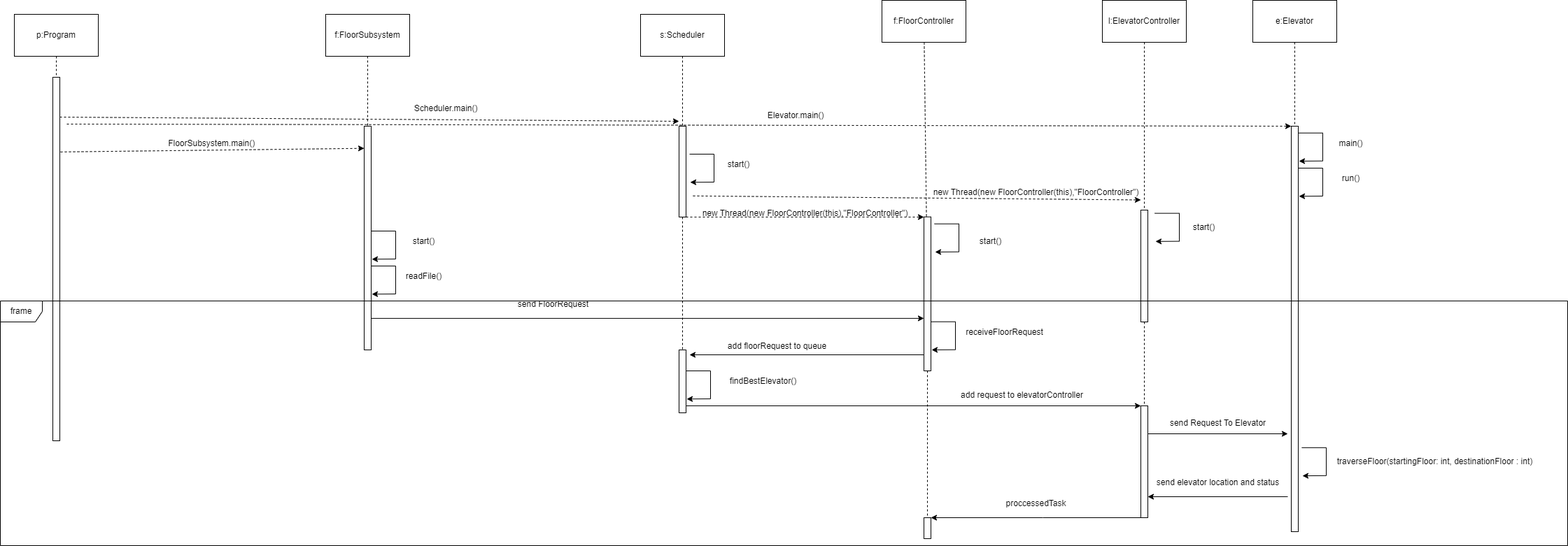
Above: diagrams/iteration5/SequenceDiagram.png in bigTempArray/sysc3303-project (draw.io), before the change. Source tidied: cells renumbered, new cells last; positions are measured from the earlier drawing's top-left corner, leaving out a move shared by most shapes.
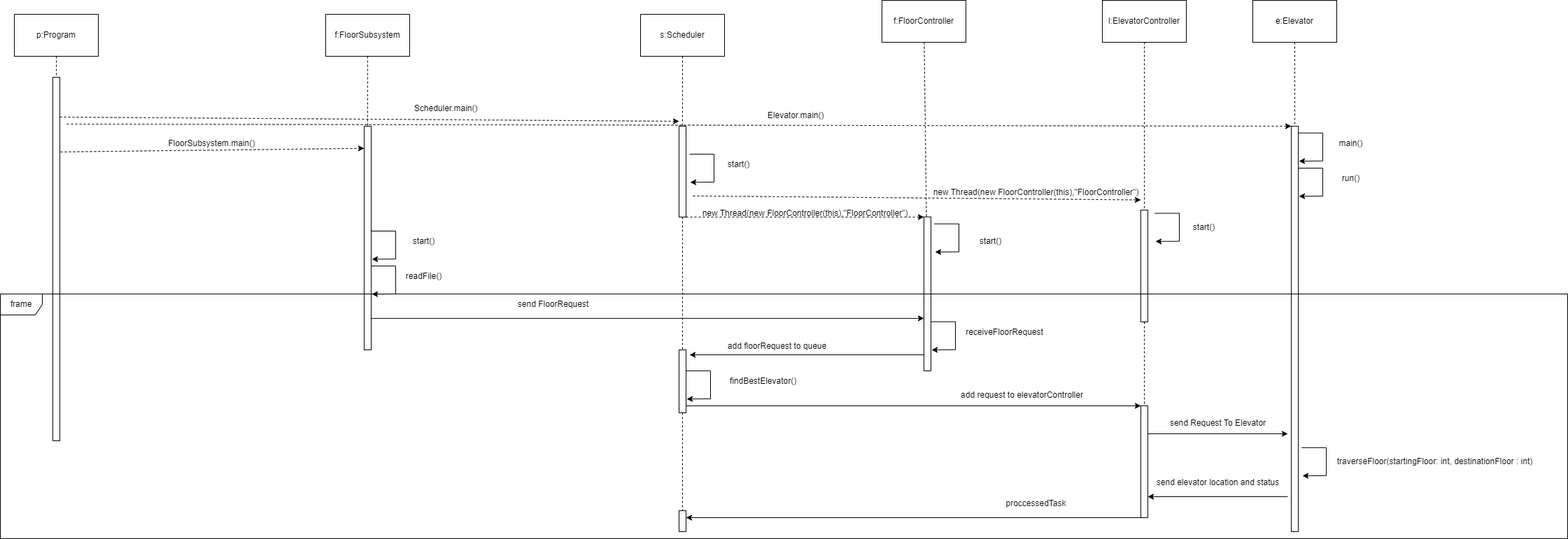
Later version of the same file.

Diff of the diagram source:
```diff
@@ -170,9 +170,6 @@
         </Array>
       </mxGeometry>
     </mxCell>
-    <mxCell id="36" style="edgeStyle=orthogonalEdgeStyle;rounded=0;jettySize=auto;html=1;exitX=0.5;exitY=1;exitDx=0;exitDy=0;entryX=0.5;entryY=0;entryDx=0;entryDy=0;endArrow=none;endFill=0;dashed=1;" parent="1" edge="1" source="37" target="66">
-      <mxGeometry relative="1" as="geometry" />
-    </mxCell>
     <mxCell id="37" style="rounded=0;whiteSpace=wrap;html=1;" parent="1" vertex="1">
       <mxGeometry x="1320" y="309.7" width="10" height="220.3" as="geometry" />
     </mxCell>
@@ -261,6 +258,9 @@
         </Array>
       </mxGeometry>
     </mxCell>
+    <mxCell id="69" style="edgeStyle=orthogonalEdgeStyle;rounded=0;jettySize=auto;html=1;entryX=0.5;entryY=0;entryDx=0;entryDy=0;endArrow=none;endFill=0;dashed=1;" parent="1" edge="1" source="56" target="66">
+      <mxGeometry relative="1" as="geometry" />
+    </mxCell>
     <mxCell id="56" style="rounded=0;whiteSpace=wrap;html=1;" parent="1" vertex="1">
       <mxGeometry x="970" y="500" width="10" height="90" as="geometry" />
     </mxCell>
@@ -288,11 +288,11 @@
         <mxPoint x="1840" y="620" as="targetPoint" />
       </mxGeometry>
     </mxCell>
-    <mxCell id="62" style="edgeStyle=orthogonalEdgeStyle;rounded=0;jettySize=auto;html=1;exitX=0;exitY=1;exitDx=0;exitDy=0;entryX=1;entryY=0;entryDx=0;entryDy=0;" parent="1" edge="1" source="63" target="66">
+    <mxCell id="62" style="edgeStyle=orthogonalEdgeStyle;rounded=0;jettySize=auto;html=1;exitX=0;exitY=1;exitDx=0;exitDy=0;" parent="1" edge="1" source="63">
       <mxGeometry relative="1" as="geometry">
+        <mxPoint x="980" y="740" as="targetPoint" />
         <Array as="points">
-          <mxPoint x="1490" y="740" />
-          <mxPoint x="1490" y="740" />
+          <mxPoint x="980" y="740" />
         </Array>
       </mxGeometry>
     </mxCell>
@@ -309,13 +309,13 @@
       <mxGeometry x="1640" y="675" width="200" height="30" as="geometry" />
     </mxCell>
     <mxCell id="66" style="rounded=0;whiteSpace=wrap;html=1;" parent="1" vertex="1">
-      <mxGeometry x="1320" y="740" width="10" height="30" as="geometry" />
+      <mxGeometry x="970" y="730" width="10" height="30" as="geometry" />
     </mxCell>
     <mxCell id="67" value="proccessedTask" style="text;html=1;align=center;verticalAlign=middle;strokeColor=none;fillColor=none;" parent="1" vertex="1">
       <mxGeometry x="1425" y="705" width="110" height="30" as="geometry" />
     </mxCell>
     <mxCell id="68" value="frame" style="shape=umlFrame;whiteSpace=wrap;html=1;" parent="1" vertex="1">
-      <mxGeometry y="430" width="2240" height="350" as="geometry" />
+      <mxGeometry y="420" width="2240" height="350" as="geometry" />
     </mxCell>
   </root>
 </mxGraphModel>
```
